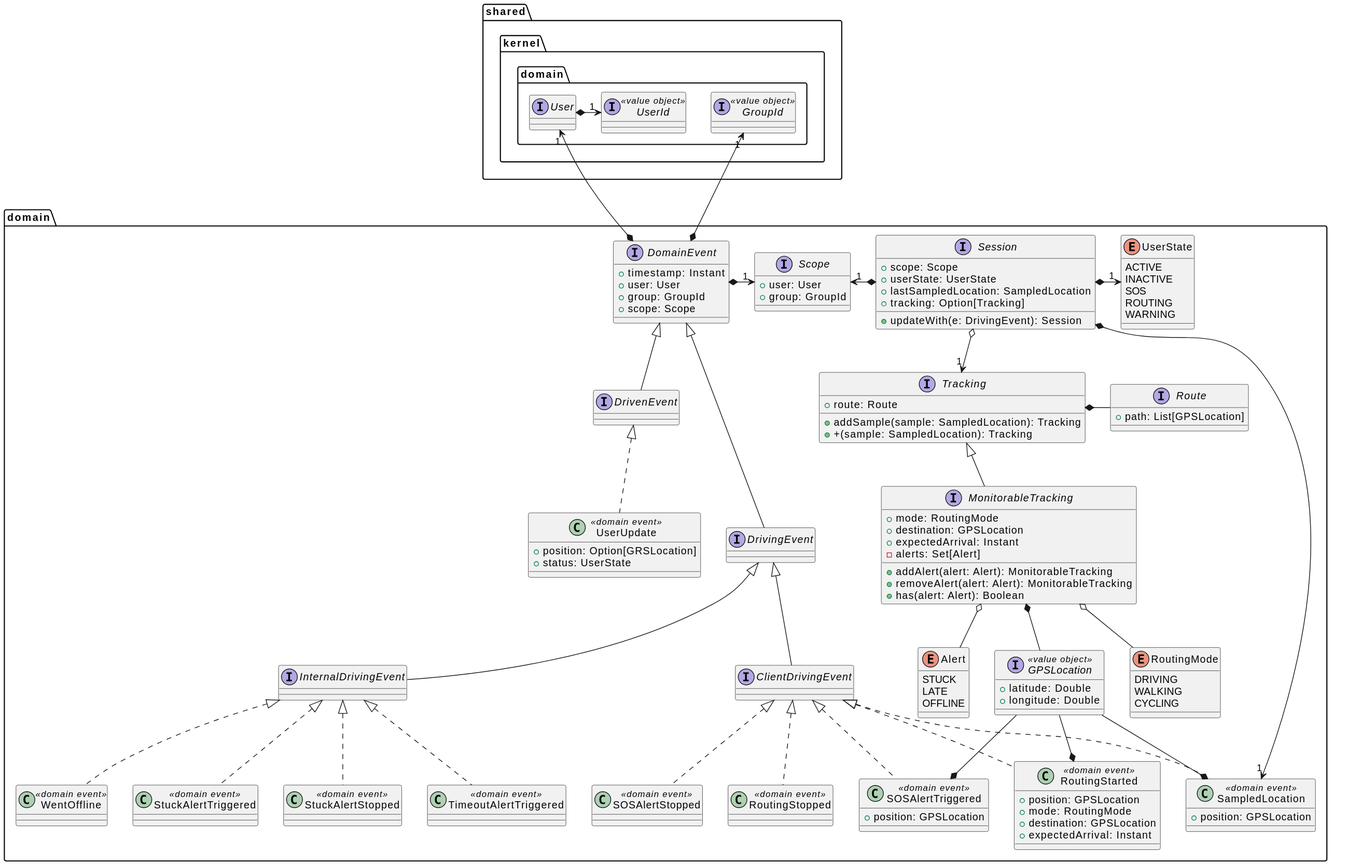
Earlier version of the PlantUML export res/location-service-structure-domain-light.svg (position-pal/position-pal.github.io).
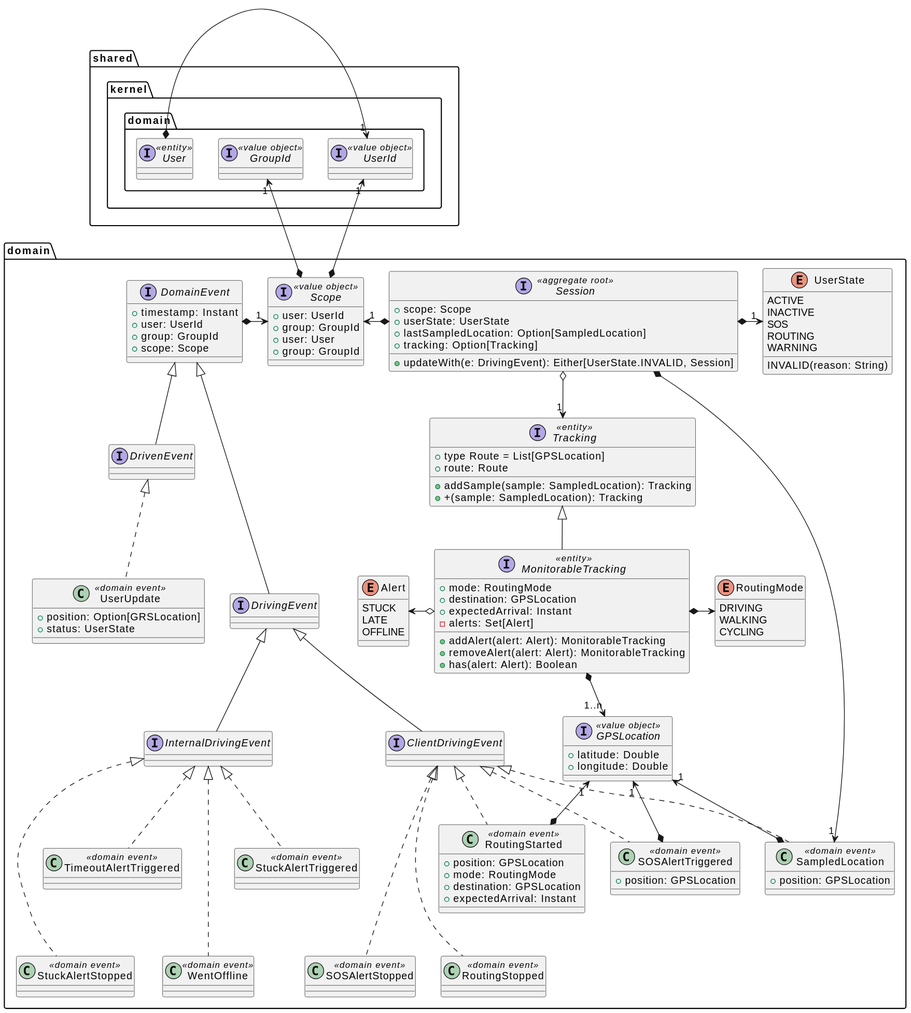
Above is the later version.

The edit, as a diff of the source:
```diff
@@ -1,16 +1,24 @@
 @startuml
 package shared.kernel.domain {
-    interface User
+    interface User <<entity>>
     interface UserId <<value object>>
     interface GroupId <<value object>>
-    User *-l-> "1" UserId
+    User *-r-> "1" UserId
 }
 
 package domain {
+    interface Scope <<value object>> {
+        + user: UserId
+        + group: GroupId
+    }
+
     interface Scope {
         + user: User
         + group: GroupId
     }
+
+    UserId "1" <--* Scope
+    GroupId "1" <--* Scope
 
     interface GPSLocation <<value object>> {
         + latitude: Double
@@ -19,12 +27,10 @@
 
     interface DomainEvent {
         + timestamp: Instant
-        + user: User
+        + user: UserId
         + group: GroupId
         + scope: Scope
     }
-    User "1" <--* DomainEvent
-    GroupId "1" <---* DomainEvent
     DomainEvent *-right-> "1" Scope
 
     interface DrivenEvent extends DomainEvent
@@ -36,30 +42,39 @@
     interface DrivingEvent extends DomainEvent
     interface ClientDrivingEvent extends DrivingEvent
 
-    class SampledLocation <<domain event>> implements ClientDrivingEvent {
+    class SampledLocation <<domain event>> {
         + position: GPSLocation
     }
-    class SOSAlertTriggered <<domain event>> implements ClientDrivingEvent {
+    ClientDrivingEvent <|.. SampledLocation
+    class SOSAlertTriggered <<domain event>> {
         + position: GPSLocation
     }
-    class SOSAlertStopped <<domain event>> implements ClientDrivingEvent
-    class RoutingStarted <<domain event>> implements ClientDrivingEvent {
+    ClientDrivingEvent <|.. SOSAlertTriggered
+    class SOSAlertStopped <<domain event>>
+    ClientDrivingEvent <|... SOSAlertStopped
+    class RoutingStarted <<domain event>> {
         + position: GPSLocation
         + mode: RoutingMode
         + destination: GPSLocation
         + expectedArrival: Instant
     }
-    class RoutingStopped <<domain event>> implements ClientDrivingEvent
+    ClientDrivingEvent <|.. RoutingStarted
+    class RoutingStopped <<domain event>>
+    ClientDrivingEvent <|... RoutingStopped
 
     interface InternalDrivingEvent extends DrivingEvent
-    class WentOffline <<domain event>> implements InternalDrivingEvent
-    class StuckAlertTriggered <<domain event>> implements InternalDrivingEvent
-    class StuckAlertStopped <<domain event>> implements InternalDrivingEvent
-    class TimeoutAlertTriggered <<domain event>> implements InternalDrivingEvent
+    class WentOffline <<domain event>>
+    InternalDrivingEvent <|... WentOffline
+    class StuckAlertTriggered <<domain event>>
+    InternalDrivingEvent <|.. StuckAlertTriggered
+    class StuckAlertStopped <<domain event>>
+    InternalDrivingEvent <|... StuckAlertStopped
+    class TimeoutAlertTriggered <<domain event>>
+    InternalDrivingEvent <|.. TimeoutAlertTriggered
 
-    GPSLocation --* RoutingStarted
-    GPSLocation --* SOSAlertTriggered
-    GPSLocation --* SampledLocation
+    GPSLocation "1" <--* RoutingStarted
+    GPSLocation "1" <--* SOSAlertTriggered
+    GPSLocation "1" <--* SampledLocation
 
     enum RoutingMode {
         DRIVING
@@ -79,21 +94,17 @@
         SOS
         ROUTING
         WARNING
+        INVALID(reason: String)
     }
 
-    interface Route {
-        + path: List[GPSLocation]
-    }
-
-    interface Tracking {
+    interface Tracking <<entity>> {
+        + type Route = List[GPSLocation]
         + route: Route
         + addSample(sample: SampledLocation): Tracking
         + +(sample: SampledLocation): Tracking
     }
 
-    Tracking *-right- Route
-
-    interface MonitorableTracking extends Tracking {
+    interface MonitorableTracking <<entity>> extends Tracking {
         + mode: RoutingMode
         + destination: GPSLocation
         + expectedArrival: Instant
@@ -103,16 +114,16 @@
         + has(alert: Alert): Boolean
     }
 
-    MonitorableTracking o-- Alert
-    MonitorableTracking o-- RoutingMode
-    MonitorableTracking *-- GPSLocation
+    MonitorableTracking o-l-> Alert
+    MonitorableTracking *-r-> RoutingMode
+    MonitorableTracking *--> "1..n" GPSLocation
 
-    interface Session {
+    interface Session <<aggregate root>> {
         + scope: Scope
         + userState: UserState
-        + lastSampledLocation: SampledLocation
+        + lastSampledLocation: Option[SampledLocation]
         + tracking: Option[Tracking]
-        + updateWith(e: DrivingEvent): Session
+        + updateWith(e: DrivingEvent): Either[UserState.INVALID, Session]
     }
 
     Session *-left-> "1" Scope
```
